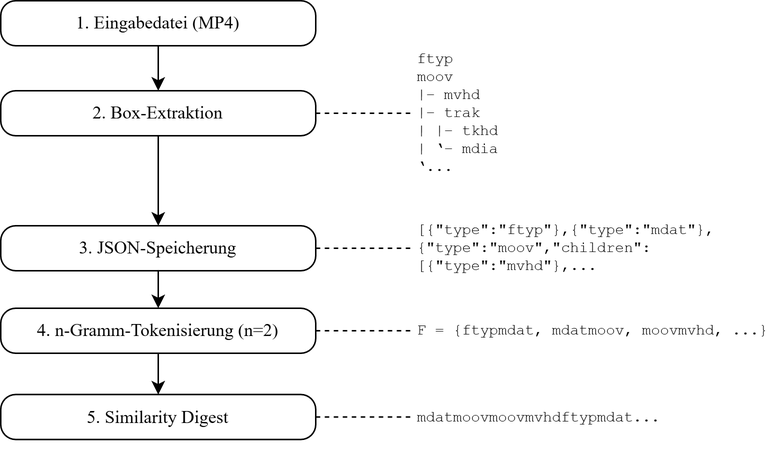
This is grafiken/vorgehen-mp4.drawio.png from lmechelk/Masterarbeit, a draw.io export, as it was before one commit. Source tidied: cells renumbered, new cells last; positions are measured from the earlier drawing's top-left corner, leaving out a move shared by most shapes. The source it was exported from:
```xml
<mxGraphModel>
  <root>
    <mxCell id="0" />
    <mxCell id="1" parent="0" />
    <mxCell id="2" style="edgeStyle=orthogonalEdgeStyle;rounded=0;jettySize=auto;html=1;" parent="1" edge="1" source="3" target="6">
      <mxGeometry relative="1" as="geometry" />
    </mxCell>
    <mxCell id="3" value="1. Eingabedatei (MP4)" style="points=[[0.25,0,0],[0.5,0,0],[0.75,0,0],[1,0.25,0],[1,0.5,0],[1,0.75,0],[0.75,1,0],[0.5,1,0],[0.25,1,0],[0,0.75,0],[0,0.5,0],[0,0.25,0]];shape=mxgraph.bpmn.task2;whiteSpace=wrap;rectStyle=rounded;size=10;html=1;taskMarker=abstract;fontFamily=Times New Roman;" parent="1" vertex="1">
      <mxGeometry width="210" height="30" as="geometry" />
    </mxCell>
    <mxCell id="4" style="edgeStyle=orthogonalEdgeStyle;rounded=0;jettySize=auto;html=1;fontFamily=Times New Roman;fontSize=12;fontColor=default;dashed=1;endArrow=none;endFill=0;" parent="1" edge="1" source="6" target="7">
      <mxGeometry relative="1" as="geometry" />
    </mxCell>
    <mxCell id="5" style="edgeStyle=orthogonalEdgeStyle;rounded=0;jettySize=auto;html=1;" parent="1" edge="1" source="6" target="16">
      <mxGeometry relative="1" as="geometry" />
    </mxCell>
    <mxCell id="6" value="2. Box-Extraktion" style="points=[[0.25,0,0],[0.5,0,0],[0.75,0,0],[1,0.25,0],[1,0.5,0],[1,0.75,0],[0.75,1,0],[0.5,1,0],[0.25,1,0],[0,0.75,0],[0,0.5,0],[0,0.25,0]];shape=mxgraph.bpmn.task2;whiteSpace=wrap;rectStyle=rounded;size=10;html=1;taskMarker=abstract;fontFamily=Times New Roman;" parent="1" vertex="1">
      <mxGeometry y="60" width="210" height="30" as="geometry" />
    </mxCell>
    <mxCell id="7" value="&lt;div&gt;ftyp&lt;br&gt;moov&lt;/div&gt;&lt;div&gt;|– mvhd&lt;/div&gt;&lt;div&gt;|– trak&lt;/div&gt;&lt;div&gt;| |– tkhd&lt;/div&gt;&lt;div&gt;| ‘– mdia&lt;/div&gt;&lt;div&gt;‘...&lt;/div&gt;" style="text;html=1;whiteSpace=wrap;strokeColor=none;fillColor=none;align=left;verticalAlign=middle;rounded=0;fontFamily=Courier New;fontSize=10;" parent="1" vertex="1">
      <mxGeometry x="276" y="25" width="80" height="100" as="geometry" />
    </mxCell>
    <mxCell id="8" style="edgeStyle=orthogonalEdgeStyle;rounded=0;jettySize=auto;html=1;fontFamily=Times New Roman;fontSize=12;fontColor=default;" parent="1" edge="1" source="10" target="12">
      <mxGeometry relative="1" as="geometry" />
    </mxCell>
    <mxCell id="9" style="edgeStyle=orthogonalEdgeStyle;rounded=0;jettySize=auto;html=1;entryX=0;entryY=0.5;entryDx=0;entryDy=0;fontFamily=Times New Roman;fontSize=12;fontColor=default;dashed=1;endArrow=none;endFill=0;" parent="1" edge="1" source="10" target="13">
      <mxGeometry relative="1" as="geometry" />
    </mxCell>
    <mxCell id="10" value="4. n-Gramm-Tokenisierung (n=2)" style="points=[[0.25,0,0],[0.5,0,0],[0.75,0,0],[1,0.25,0],[1,0.5,0],[1,0.75,0],[0.75,1,0],[0.5,1,0],[0.25,1,0],[0,0.75,0],[0,0.5,0],[0,0.25,0]];shape=mxgraph.bpmn.task2;whiteSpace=wrap;rectStyle=rounded;size=10;html=1;taskMarker=abstract;fontFamily=Times New Roman;" parent="1" vertex="1">
      <mxGeometry y="205" width="210" height="30" as="geometry" />
    </mxCell>
    <mxCell id="11" style="edgeStyle=orthogonalEdgeStyle;rounded=0;jettySize=auto;html=1;fontFamily=Times New Roman;fontSize=12;fontColor=default;dashed=1;endArrow=none;endFill=0;" parent="1" edge="1" source="12" target="14">
      <mxGeometry relative="1" as="geometry" />
    </mxCell>
    <mxCell id="12" value="5. Similarity Digest" style="points=[[0.25,0,0],[0.5,0,0],[0.75,0,0],[1,0.25,0],[1,0.5,0],[1,0.75,0],[0.75,1,0],[0.5,1,0],[0.25,1,0],[0,0.75,0],[0,0.5,0],[0,0.25,0]];shape=mxgraph.bpmn.task2;whiteSpace=wrap;rectStyle=rounded;size=10;html=1;taskMarker=abstract;fontFamily=Times New Roman;" parent="1" vertex="1">
      <mxGeometry y="262.5" width="210" height="30" as="geometry" />
    </mxCell>
    <mxCell id="13" value="F = {ftypmdat, mdatmoov, moovmvhd, ...}" style="text;html=1;whiteSpace=wrap;strokeColor=none;fillColor=none;align=left;verticalAlign=middle;rounded=0;fontFamily=Courier New;fontSize=10;fontColor=default;" parent="1" vertex="1">
      <mxGeometry x="276" y="192.5" width="243" height="55" as="geometry" />
    </mxCell>
    <mxCell id="14" value="mdatmoovmoovmvhdftypmdat..." style="text;html=1;whiteSpace=wrap;strokeColor=none;fillColor=none;align=left;verticalAlign=middle;rounded=0;fontFamily=Courier New;fontSize=10;fontColor=default;" parent="1" vertex="1">
      <mxGeometry x="276" y="247.5" width="240" height="60" as="geometry" />
    </mxCell>
    <mxCell id="15" style="edgeStyle=orthogonalEdgeStyle;rounded=0;jettySize=auto;html=1;endArrow=none;endFill=0;dashed=1;" parent="1" edge="1" source="16" target="17">
      <mxGeometry relative="1" as="geometry" />
    </mxCell>
    <mxCell id="16" value="3. JSON-Speicherung" style="points=[[0.25,0,0],[0.5,0,0],[0.75,0,0],[1,0.25,0],[1,0.5,0],[1,0.75,0],[0.75,1,0],[0.5,1,0],[0.25,1,0],[0,0.75,0],[0,0.5,0],[0,0.25,0]];shape=mxgraph.bpmn.task2;whiteSpace=wrap;rectStyle=rounded;size=10;html=1;taskMarker=abstract;fontFamily=Times New Roman;" parent="1" vertex="1">
      <mxGeometry y="150" width="210" height="30" as="geometry" />
    </mxCell>
    <mxCell id="17" value="&lt;span&gt;[{&quot;type&quot;:&quot;ftyp&quot;},{&quot;type&quot;:&quot;mdat&quot;},{&quot;type&quot;:&quot;moov&quot;,&quot;children&quot;:[{&quot;type&quot;:&quot;mvhd&quot;},...&lt;/span&gt;" style="text;html=1;whiteSpace=wrap;strokeColor=none;fillColor=none;align=left;verticalAlign=middle;rounded=0;fontFamily=Courier New;fontSize=10;fontColor=default;" parent="1" vertex="1">
      <mxGeometry x="276" y="137.5" width="243" height="55" as="geometry" />
    </mxCell>
    <mxCell id="18" style="edgeStyle=orthogonalEdgeStyle;rounded=0;jettySize=auto;html=1;entryX=0.5;entryY=0;entryDx=0;entryDy=0;entryPerimeter=0;" parent="1" edge="1" source="16" target="10">
      <mxGeometry relative="1" as="geometry" />
    </mxCell>
  </root>
</mxGraphModel>
```
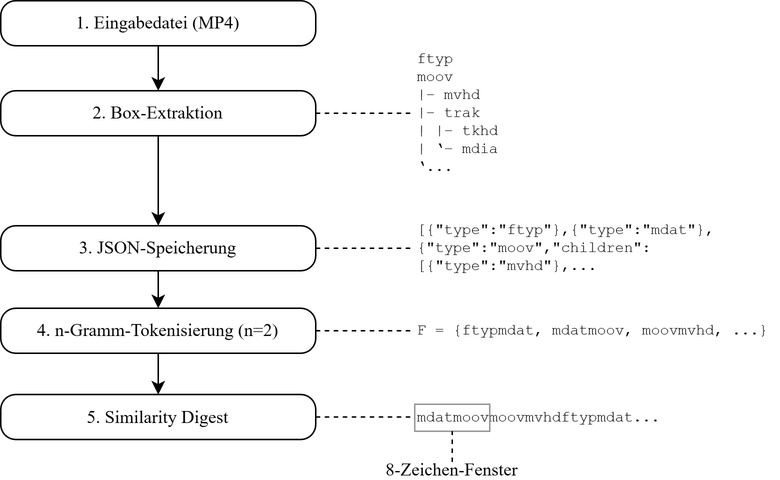
After the change.

What changed in the source:
```diff
@@ -53,5 +53,14 @@
     <mxCell id="18" style="edgeStyle=orthogonalEdgeStyle;rounded=0;jettySize=auto;html=1;entryX=0.5;entryY=0;entryDx=0;entryDy=0;entryPerimeter=0;" parent="1" edge="1" source="16" target="10">
       <mxGeometry relative="1" as="geometry" />
     </mxCell>
+    <mxCell id="19" style="rounded=0;whiteSpace=wrap;html=1;fillColor=none;strokeWidth=1;strokeColor=#999999;" parent="1" vertex="1">
+      <mxGeometry x="276" y="269" width="50" height="18" as="geometry" />
+    </mxCell>
+    <mxCell id="20" value="8-Zeichen-Fenster" style="text;html=1;whiteSpace=wrap;strokeColor=none;fillColor=none;align=center;verticalAlign=middle;rounded=0;fontFamily=Times New Roman;" parent="1" vertex="1">
+      <mxGeometry x="224" y="307.5" width="154" height="10" as="geometry" />
+    </mxCell>
+    <mxCell id="21" style="endArrow=none;dashed=1;html=1;rounded=0;entryX=0.5;entryY=1;entryDx=0;entryDy=0;exitX=0.5;exitY=0;exitDx=0;exitDy=0;" parent="1" edge="1" source="20" target="19">
+      <mxGeometry relative="1" as="geometry" />
+    </mxCell>
   </root>
 </mxGraphModel>
```
